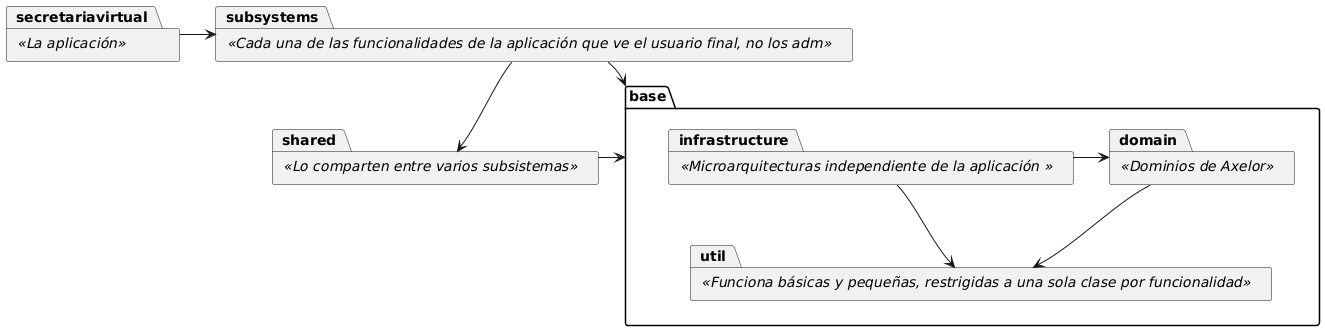
This is src/main/java/com/educaflow/paquetes.png from educaflow/secretaria-virtual, a PlantUML export, as it was before one commit. Its diagram source:
```plantuml
@startuml
package secretariavirtual <<La aplicación>>
package subsystems <<Cada una de las funcionalidades de la aplicación que ve el usuario final, no los adm>>
package shared <<Lo comparten entre varios subsistemas>>

package base {
    package domain <<Dominios de Axelor>>
    package infrastructure <<Microarquitecturas independiente de la aplicación  >>
    package util <<Funciona básicas y pequeñas, restrigidas a una sola clase por funcionalidad>>
}

secretariavirtual -> subsystems

subsystems --> base
shared -> base

subsystems --> shared

domain --> util
infrastructure --> util
infrastructure -> domain
@enduml
```
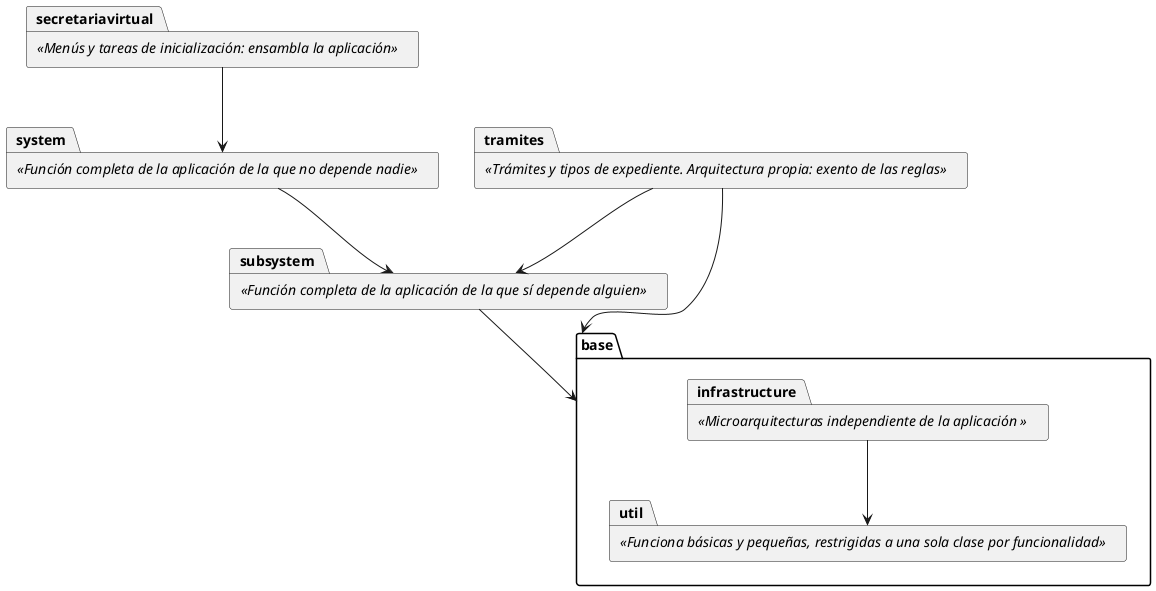
Later version of the same file.

Change to the diagram source:
```diff
@@ -1,22 +1,22 @@
 @startuml
-package secretariavirtual <<La aplicación>>
-package subsystems <<Cada una de las funcionalidades de la aplicación que ve el usuario final, no los adm>>
-package shared <<Lo comparten entre varios subsistemas>>
+package secretariavirtual <<Menús y tareas de inicialización: ensambla la aplicación>>
+package tramites <<Trámites y tipos de expediente. Arquitectura propia: exento de las reglas>>
+package system <<Función completa de la aplicación de la que no depende nadie>>
+package subsystem <<Función completa de la aplicación de la que sí depende alguien>>
 
 package base {
-    package domain <<Dominios de Axelor>>
     package infrastructure <<Microarquitecturas independiente de la aplicación  >>
     package util <<Funciona básicas y pequeñas, restrigidas a una sola clase por funcionalidad>>
 }
 
-secretariavirtual -> subsystems
+secretariavirtual --> system
 
-subsystems --> base
-shared -> base
+system --> subsystem
 
-subsystems --> shared
+tramites --> subsystem
+tramites --> base
 
-domain --> util
+subsystem --> base
+
 infrastructure --> util
-infrastructure -> domain
 @enduml
```
